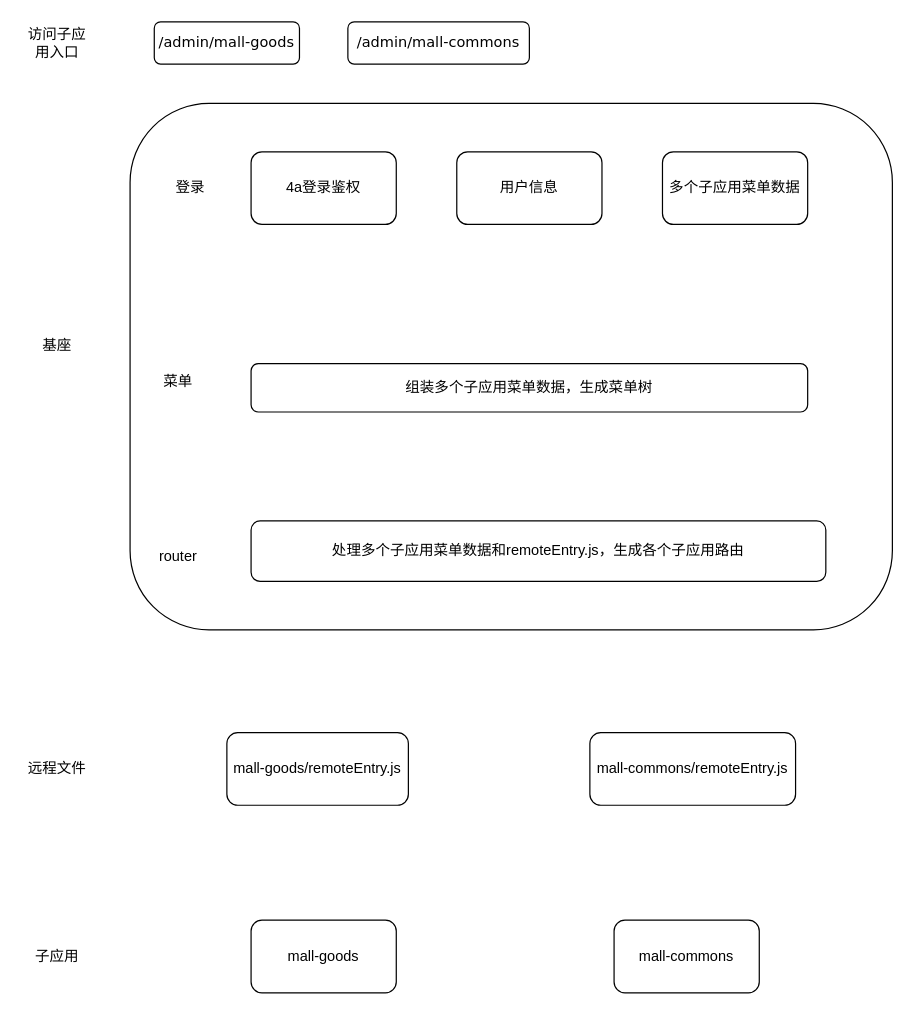
Before: 基座.drawio in BwinYang/bwinyang, a draw.io diagram. Source tidied: cells renumbered, new cells numbered last; positions are measured from the earlier drawing's top-left corner, leaving out a move shared by most shapes. Both pictures are drawn from the tidied source at 121%, with x=0, y=0 at pixel (21, 22).
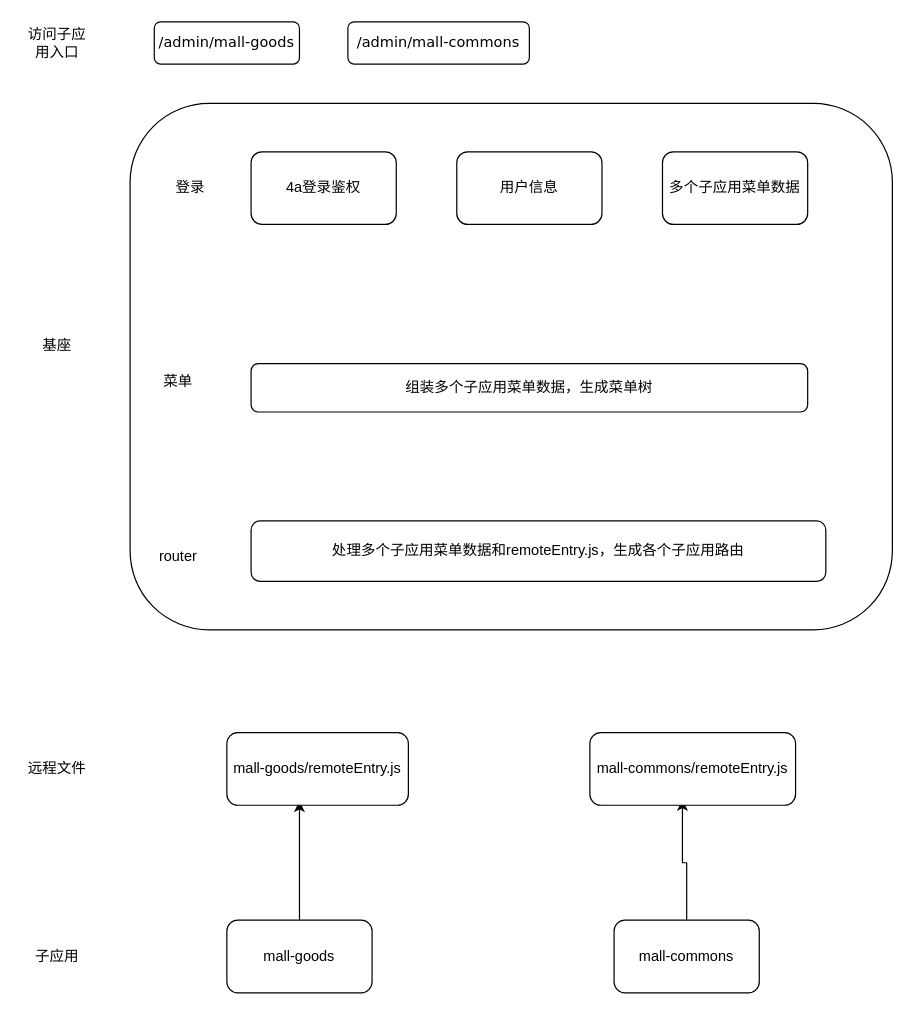
Above is the later version.

The change refers to these unchanged cells:
```xml
<mxCell id="16" value="mall-commons" style="rounded=1;whiteSpace=wrap;html=1;" parent="1" vertex="1">
  <mxGeometry x="490" y="742" width="120" height="60" as="geometry" />
</mxCell>
<mxCell id="18" value="mall-goods/remoteEntry.js" style="rounded=1;whiteSpace=wrap;html=1;" parent="1" vertex="1">
  <mxGeometry x="170" y="587" width="150" height="60" as="geometry" />
</mxCell>
<mxCell id="19" value="mall-commons/remoteEntry.js" style="rounded=1;whiteSpace=wrap;html=1;" parent="1" vertex="1">
  <mxGeometry x="470" y="587" width="170" height="60" as="geometry" />
</mxCell>
```

What changed in the source:
```diff
@@
+    <mxCell id="21" style="edgeStyle=orthogonalEdgeStyle;rounded=0;jettySize=auto;html=1;entryX=0.4;entryY=0.943;entryDx=0;entryDy=0;entryPerimeter=0;" parent="1" edge="1" source="15" target="18">
+      <mxGeometry relative="1" as="geometry" />
+    </mxCell>
     <mxCell id="15" value="mall-goods" style="rounded=1;whiteSpace=wrap;html=1;" parent="1" vertex="1">
-      <mxGeometry x="190" y="742" width="120" height="60" as="geometry" />
+      <mxGeometry x="170" y="742" width="120" height="60" as="geometry" />
     </mxCell>
+    <mxCell id="22" style="edgeStyle=orthogonalEdgeStyle;rounded=0;jettySize=auto;html=1;entryX=0.45;entryY=0.924;entryDx=0;entryDy=0;entryPerimeter=0;" parent="1" edge="1" source="16" target="19">
+      <mxGeometry relative="1" as="geometry" />
+    </mxCell>
```
